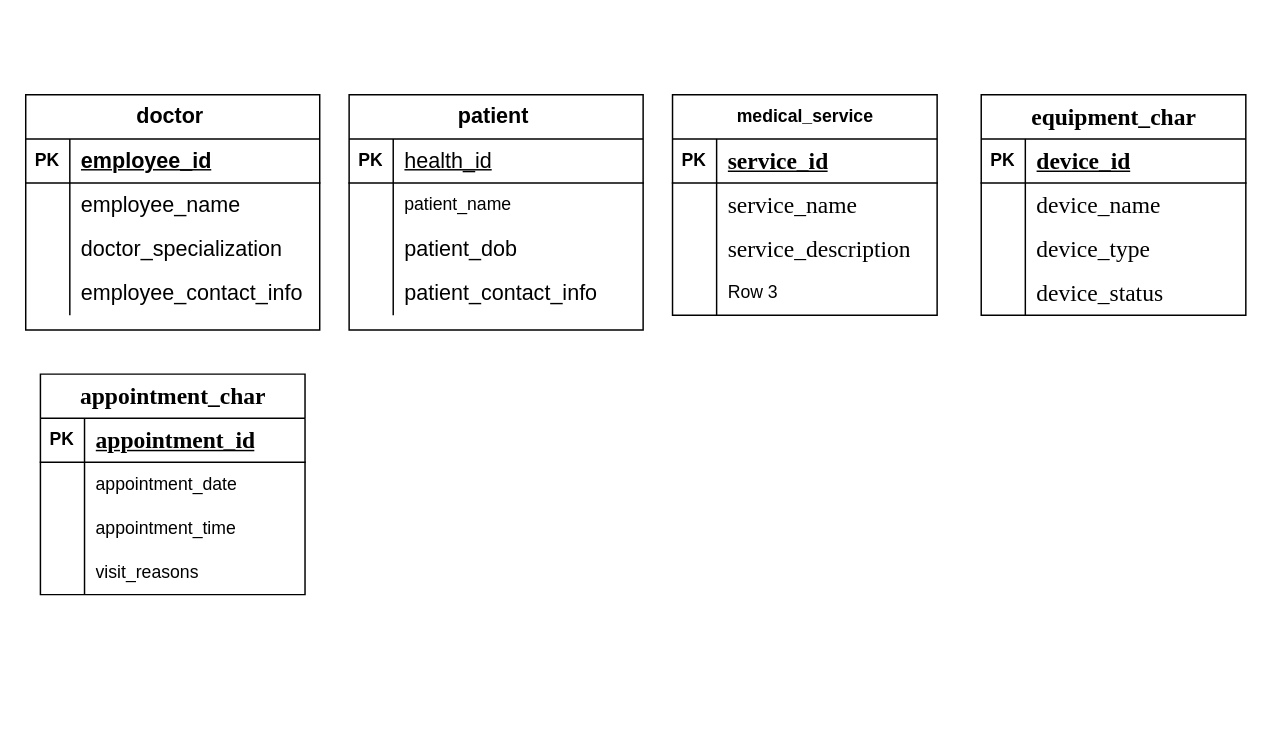
This is SQL_Databases_Assignment_1.drawio from Adwrells/mysqler, a draw.io file, before an edit. Source tidied: cells renumbered, new cells numbered last; positions are measured from the earlier drawing's top-left corner, leaving out a move shared by most shapes. Both pictures are drawn from the tidied source at 147%, with x=0, y=0 at pixel (25, 94).
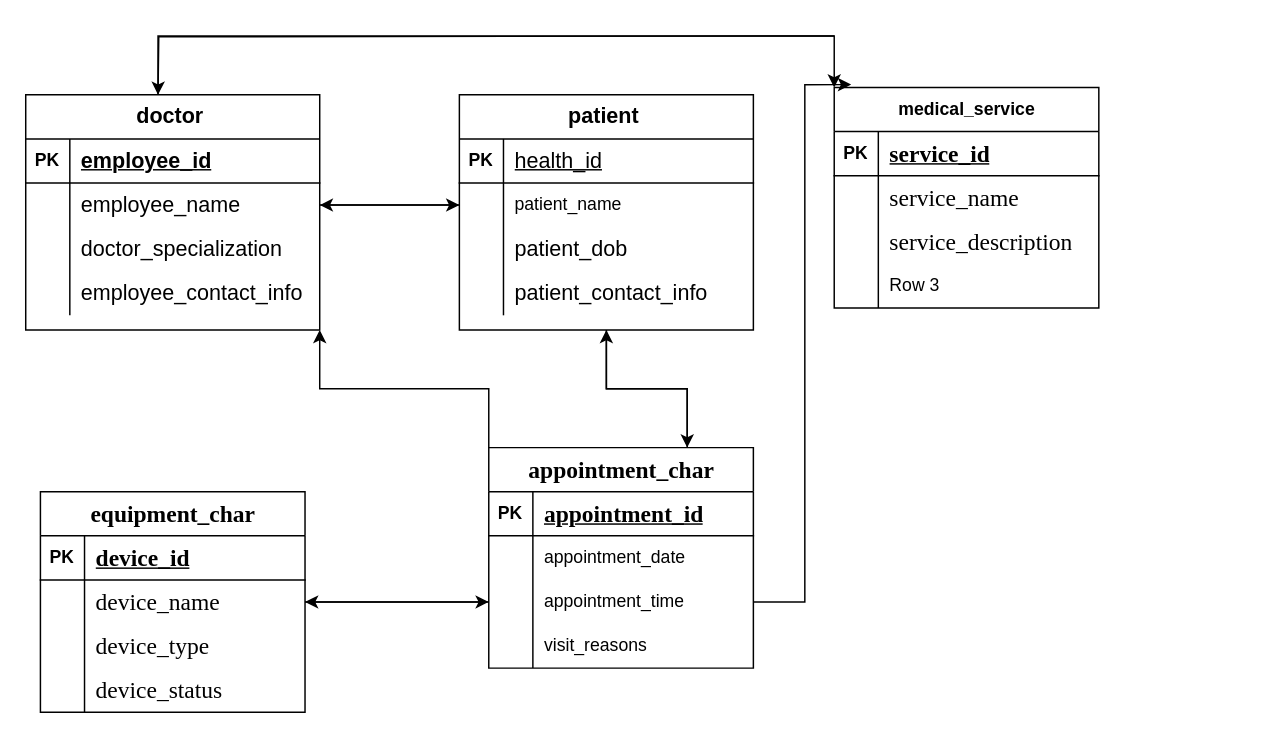
Above is the later version.

Unchanged cells that the change refers to:
```xml
<mxCell id="2" value="&lt;span style=&quot;font-size:11.0pt;line-height:115%;&lt;br/&gt;font-family:&amp;quot;Aptos&amp;quot;,sans-serif;mso-ascii-theme-font:minor-latin;mso-fareast-font-family:&lt;br/&gt;Aptos;mso-fareast-theme-font:minor-latin;mso-hansi-theme-font:minor-latin;&lt;br/&gt;mso-bidi-font-family:Mangal;mso-bidi-theme-font:minor-bidi;mso-ansi-language:&lt;br/&gt;EN-US;mso-fareast-language:EN-US;mso-bidi-language:NE&quot;&gt;doctor&amp;nbsp;&lt;/span&gt;" style="shape=table;startSize=30;childLayout=tableLayout;rowLines=0;fontStyle=1;align=center;html=1;" parent="1" vertex="1">
  <mxGeometry width="200" height="160" as="geometry" />
</mxCell>
<mxCell id="6" style="shape=tableRow;horizontal=0;startSize=0;swimlaneHead=0;swimlaneBody=0;fillColor=none;points=[[0,0.5],[1,0.5]];portConstraint=eastwest;top=0;left=0;right=0;bottom=0;" parent="2" vertex="1">
  <mxGeometry y="60" width="200" height="30" as="geometry" />
</mxCell>
<mxCell id="19" style="shape=tableRow;horizontal=0;startSize=0;swimlaneHead=0;swimlaneBody=0;fillColor=none;points=[[0,0.5],[1,0.5]];portConstraint=eastwest;top=0;left=0;right=0;bottom=0;" parent="15" vertex="1">
  <mxGeometry y="60" width="200" height="30" as="geometry" />
</mxCell>
<mxCell id="45" style="shape=tableRow;horizontal=0;startSize=0;swimlaneHead=0;swimlaneBody=0;fillColor=none;points=[[0,0.5],[1,0.5]];portConstraint=eastwest;top=0;left=0;right=0;bottom=0;" parent="41" vertex="1">
  <mxGeometry y="60" width="180" height="30" as="geometry" />
</mxCell>
<mxCell id="61" style="shape=tableRow;horizontal=0;startSize=0;swimlaneHead=0;swimlaneBody=0;fillColor=none;points=[[0,0.5],[1,0.5]];portConstraint=eastwest;top=0;left=0;right=0;bottom=0;" parent="54" vertex="1">
  <mxGeometry y="90" width="180" height="30" as="geometry" />
</mxCell>
```

What changed in the source:
```diff
@@
+    <mxCell id="67" style="edgeStyle=orthogonalEdgeStyle;rounded=0;jettySize=auto;html=1;entryX=0;entryY=0;entryDx=0;entryDy=0;exitX=0.46;exitY=0.016;exitDx=0;exitDy=0;exitPerimeter=0;" parent="1" edge="1" source="2" target="28">
+      <mxGeometry relative="1" as="geometry">
+        <Array as="points">
+          <mxPoint x="90" y="3" />
+          <mxPoint x="90" y="-40" />
+          <mxPoint x="550" y="-40" />
+        </Array>
+      </mxGeometry>
+    </mxCell>
@@
+    <mxCell id="68" style="edgeStyle=orthogonalEdgeStyle;rounded=0;jettySize=auto;html=1;entryX=0.75;entryY=0;entryDx=0;entryDy=0;" parent="1" edge="1" source="15" target="54">
+      <mxGeometry relative="1" as="geometry" />
+    </mxCell>
     <mxCell id="15" value="&lt;span style=&quot;font-size:11.0pt;line-height:115%;&lt;br/&gt;font-family:&amp;quot;Aptos&amp;quot;,sans-serif;mso-ascii-theme-font:minor-latin;mso-fareast-font-family:&lt;br/&gt;Aptos;mso-fareast-theme-font:minor-latin;mso-hansi-theme-font:minor-latin;&lt;br/&gt;mso-bidi-font-family:Mangal;mso-bidi-theme-font:minor-bidi;mso-ansi-language:&lt;br/&gt;EN-US;mso-fareast-language:EN-US;mso-bidi-language:NE&quot;&gt;patient&amp;nbsp;&lt;/span&gt;" style="shape=table;startSize=30;childLayout=tableLayout;rowLines=0;fontStyle=1;align=center;html=1;" parent="1" vertex="1">
-      <mxGeometry x="220" width="200" height="160" as="geometry" />
+      <mxGeometry x="295" width="200" height="160" as="geometry" />
     </mxCell>
@@
+    <mxCell id="69" style="edgeStyle=orthogonalEdgeStyle;rounded=0;orthogonalLoop=1;jettySize=auto;html=1;exitX=0;exitY=0;exitDx=0;exitDy=0;" parent="1" edge="1">
+      <mxGeometry relative="1" as="geometry">
+        <mxPoint x="550" y="-40" as="sourcePoint" />
+        <mxPoint x="90" as="targetPoint" />
+      </mxGeometry>
+    </mxCell>
     <mxCell id="28" value="medical_s&lt;span style=&quot;background-color: transparent; color: light-dark(rgb(0, 0, 0), rgb(255, 255, 255));&quot;&gt;ervice&lt;/span&gt;" style="shape=table;startSize=30;childLayout=tableLayout;rowLines=0;fontStyle=1;align=center;html=1;" parent="1" vertex="1">
-      <mxGeometry x="440" width="180" height="150" as="geometry" />
+      <mxGeometry x="550" y="-5" width="180" height="150" as="geometry" />
     </mxCell>
@@
     <mxCell id="41" value="&lt;span style=&quot;font-size:12.0pt;mso-bidi-font-size:10.5pt;&lt;br/&gt;line-height:115%;font-family:&amp;quot;Times New Roman&amp;quot;,serif;mso-fareast-font-family:&lt;br/&gt;Aptos;mso-fareast-theme-font:minor-latin;mso-ansi-language:EN-US;mso-fareast-language:&lt;br/&gt;EN-US;mso-bidi-language:NE&quot;&gt;equipment_char&lt;/span&gt;" style="shape=table;startSize=30;childLayout=tableLayout;rowLines=0;fontStyle=1;align=center;html=1;" parent="1" vertex="1">
-      <mxGeometry x="650" width="180" height="150" as="geometry" />
+      <mxGeometry x="10" y="270" width="180" height="150" as="geometry" />
     </mxCell>
@@
+    <mxCell id="70" style="edgeStyle=orthogonalEdgeStyle;rounded=0;jettySize=auto;html=1;exitX=0;exitY=0;exitDx=0;exitDy=0;entryX=1;entryY=1;entryDx=0;entryDy=0;" parent="1" edge="1" source="54" target="2">
+      <mxGeometry relative="1" as="geometry" />
+    </mxCell>
+    <mxCell id="71" style="edgeStyle=orthogonalEdgeStyle;rounded=0;jettySize=auto;html=1;exitX=0.75;exitY=0;exitDx=0;exitDy=0;entryX=0.5;entryY=1;entryDx=0;entryDy=0;" parent="1" edge="1" source="54" target="15">
+      <mxGeometry relative="1" as="geometry" />
+    </mxCell>
     <mxCell id="54" value="&lt;span style=&quot;font-size:12.0pt;mso-bidi-font-size:10.5pt;&lt;br/&gt;line-height:115%;font-family:&amp;quot;Times New Roman&amp;quot;,serif;mso-fareast-font-family:&lt;br/&gt;Aptos;mso-fareast-theme-font:minor-latin;mso-ansi-language:EN-US;mso-fareast-language:&lt;br/&gt;EN-US;mso-bidi-language:NE&quot;&gt;appointment_char&lt;/span&gt;" style="shape=table;startSize=30;childLayout=tableLayout;rowLines=0;fontStyle=1;align=center;html=1;" parent="1" vertex="1">
-      <mxGeometry x="10" y="190" width="180" height="150" as="geometry" />
+      <mxGeometry x="315" y="240" width="180" height="150" as="geometry" />
     </mxCell>
@@
+    <mxCell id="72" style="edgeStyle=orthogonalEdgeStyle;rounded=0;jettySize=auto;html=1;entryX=0;entryY=0.5;entryDx=0;entryDy=0;" parent="1" edge="1" source="6" target="19">
+      <mxGeometry relative="1" as="geometry" />
+    </mxCell>
+    <mxCell id="73" style="edgeStyle=orthogonalEdgeStyle;rounded=0;jettySize=auto;html=1;entryX=1;entryY=0.5;entryDx=0;entryDy=0;" parent="1" edge="1" source="19" target="6">
+      <mxGeometry relative="1" as="geometry" />
+    </mxCell>
+    <mxCell id="74" style="edgeStyle=orthogonalEdgeStyle;rounded=0;jettySize=auto;html=1;entryX=0.064;entryY=-0.013;entryDx=0;entryDy=0;entryPerimeter=0;" parent="1" edge="1" source="61" target="28">
+      <mxGeometry relative="1" as="geometry">
+        <Array as="points">
+          <mxPoint x="530" y="345" />
+          <mxPoint x="530" y="-7" />
+        </Array>
+      </mxGeometry>
+    </mxCell>
+    <mxCell id="75" style="edgeStyle=orthogonalEdgeStyle;rounded=0;jettySize=auto;html=1;entryX=0;entryY=0.5;entryDx=0;entryDy=0;" parent="1" edge="1" source="45" target="61">
+      <mxGeometry relative="1" as="geometry" />
+    </mxCell>
+    <mxCell id="76" style="edgeStyle=orthogonalEdgeStyle;rounded=0;jettySize=auto;html=1;entryX=1;entryY=0.5;entryDx=0;entryDy=0;" parent="1" edge="1" source="61" target="45">
+      <mxGeometry relative="1" as="geometry" />
+    </mxCell>
```
